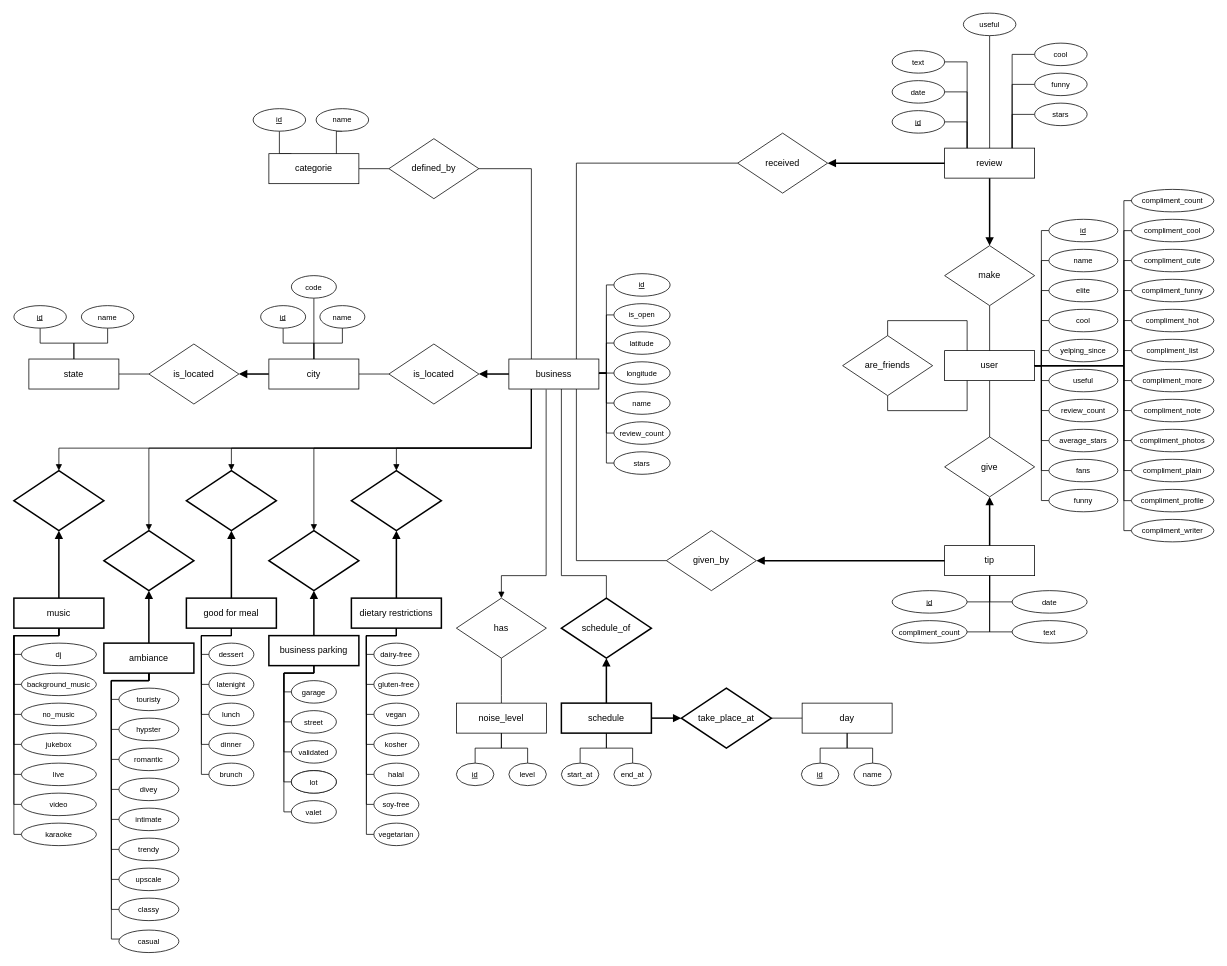
The draw.io diagram schema.drawio in Ph0tonic/Intro2DataBase, before the edit. Source tidied: cells renumbered, new cells numbered last; positions are measured from the earlier drawing's top-left corner, leaving out a move shared by most shapes. Both pictures are drawn from the tidied source at 75%, with x=0, y=0 at pixel (14, 13).
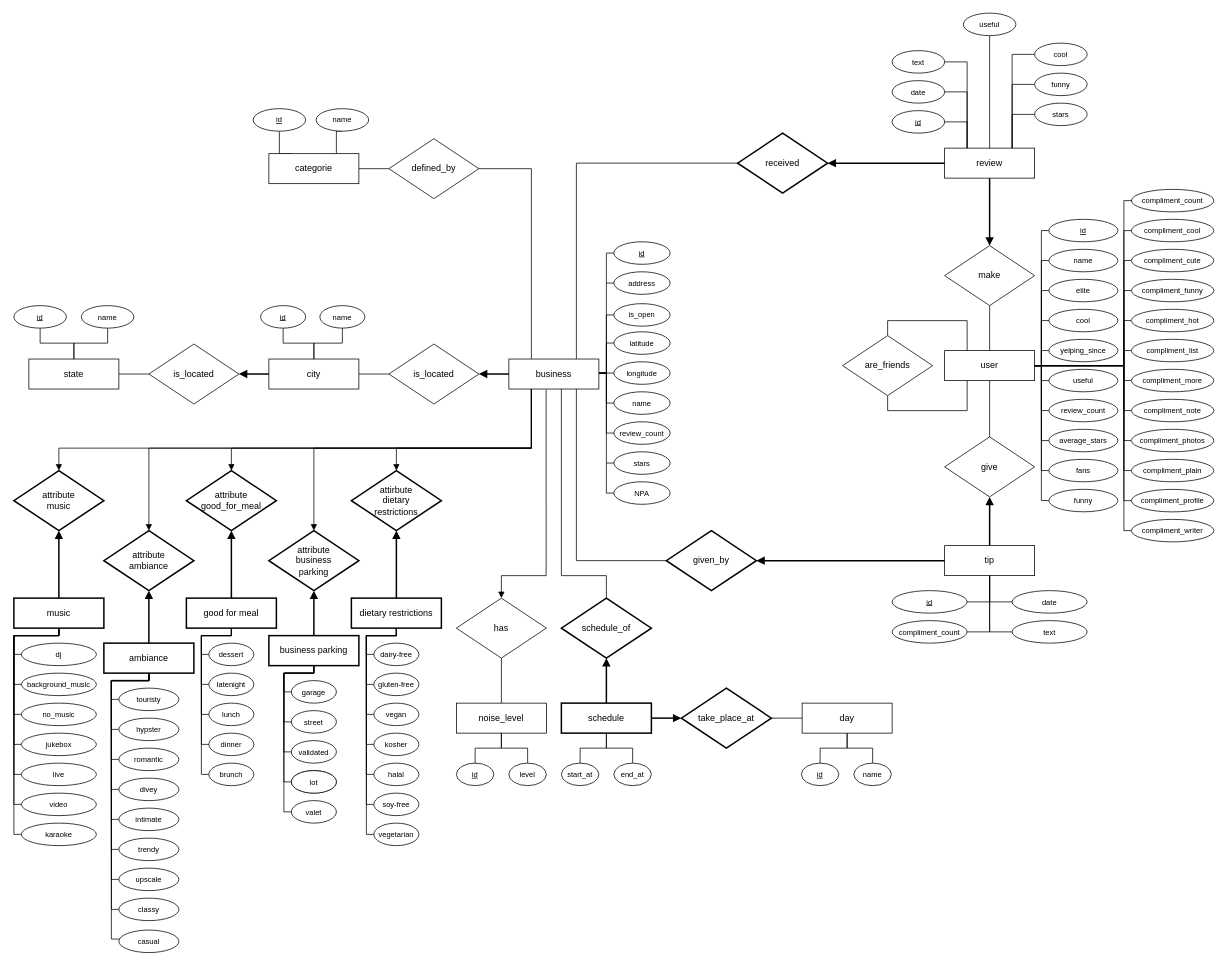
The same diagram, later.

The change refers to these unchanged cells:
```xml
<mxCell id="27" value="user" style="rounded=0;whiteSpace=wrap;html=1;" parent="1" vertex="1">
  <mxGeometry x="1241" y="450" width="120" height="40" as="geometry" />
</mxCell>
<mxCell id="40" value="business" style="rounded=0;whiteSpace=wrap;html=1;" parent="1" vertex="1">
  <mxGeometry x="660" y="461.2" width="120" height="40" as="geometry" />
</mxCell>
<mxCell id="42" value="city" style="rounded=0;whiteSpace=wrap;html=1;" parent="1" vertex="1">
  <mxGeometry x="340" y="461.2" width="120" height="40" as="geometry" />
</mxCell>
<mxCell id="94" value="compliment_note" style="ellipse;whiteSpace=wrap;html=1;fontSize=10;" parent="1" vertex="1">
  <mxGeometry x="1490" y="514.9" width="110" height="30" as="geometry" />
</mxCell>
<mxCell id="220" value="stars" style="ellipse;whiteSpace=wrap;html=1;fontStyle=0;fontSize=10;" parent="1" vertex="1">
  <mxGeometry x="800" y="584.9" width="75" height="30" as="geometry" />
</mxCell>
```

Diff of the diagram source:
```diff
@@
-    <mxCell id="26" style="edgeStyle=orthogonalEdgeStyle;rounded=0;jettySize=auto;html=1;exitX=1;exitY=0.5;exitDx=0;exitDy=0;entryX=0;entryY=0.5;entryDx=0;entryDy=0;endArrow=none;endFill=0;" parent="1" edge="1" source="27" target="94">
+    <mxCell id="26" style="edgeStyle=orthogonalEdgeStyle;rounded=0;jettySize=auto;html=1;exitX=1;exitY=0.5;exitDx=0;exitDy=0;entryX=0;entryY=0.5;entryDx=0;entryDy=0;endArrow=none;endFill=0;strokeWidth=1;" parent="1" edge="1" source="27" target="94">
       <mxGeometry relative="1" as="geometry">
         <Array as="points">
           <mxPoint x="1480" y="470" />
           <mxPoint x="1480" y="530" />
         </Array>
       </mxGeometry>
     </mxCell>
@@
     <mxCell id="32" style="edgeStyle=orthogonalEdgeStyle;rounded=0;jettySize=auto;html=1;exitX=1;exitY=0.5;exitDx=0;exitDy=0;entryX=0;entryY=0.5;entryDx=0;entryDy=0;startArrow=none;startFill=0;endArrow=none;endFill=0;strokeWidth=1;" parent="1" edge="1" source="40" target="204">
       <mxGeometry relative="1" as="geometry">
         <Array as="points">
           <mxPoint x="780" y="480" />
           <mxPoint x="790" y="480" />
-          <mxPoint x="790" y="362" />
-          <mxPoint x="800" y="362" />
+          <mxPoint x="790" y="320" />
         </Array>
       </mxGeometry>
     </mxCell>
@@
     <mxCell id="39" style="edgeStyle=orthogonalEdgeStyle;rounded=0;jettySize=auto;html=1;entryX=0;entryY=0.5;entryDx=0;entryDy=0;startArrow=none;startFill=0;endArrow=none;endFill=0;strokeWidth=1;" parent="1" edge="1" target="220">
       <mxGeometry relative="1" as="geometry">
         <mxPoint x="780" y="480" as="sourcePoint" />
         <Array as="points">
           <mxPoint x="790" y="480" />
           <mxPoint x="790" y="600" />
-          <mxPoint x="800" y="600" />
         </Array>
       </mxGeometry>
     </mxCell>
@@
-    <mxCell id="60" value="received" style="rhombus;whiteSpace=wrap;html=1;" parent="1" vertex="1">
+    <mxCell id="60" value="received" style="rhombus;whiteSpace=wrap;html=1;strokeWidth=2;" parent="1" vertex="1">
       <mxGeometry x="965" y="160" width="120" height="80" as="geometry" />
     </mxCell>
@@
-    <mxCell id="62" value="given_by" style="rhombus;whiteSpace=wrap;html=1;" parent="1" vertex="1">
+    <mxCell id="62" value="given_by" style="rhombus;whiteSpace=wrap;html=1;strokeWidth=2;" parent="1" vertex="1">
       <mxGeometry x="870" y="690" width="120" height="80" as="geometry" />
     </mxCell>
@@
-    <mxCell id="110" style="edgeStyle=orthogonalEdgeStyle;rounded=0;jettySize=auto;html=1;exitX=0.5;exitY=1;exitDx=0;exitDy=0;endArrow=none;endFill=0;" parent="1" edge="1" source="111" target="42">
-      <mxGeometry relative="1" as="geometry" />
-    </mxCell>
-    <mxCell id="111" value="code" style="ellipse;whiteSpace=wrap;html=1;fontStyle=0;fontSize=10;" parent="1" vertex="1">
-      <mxGeometry x="370" y="350" width="60" height="30" as="geometry" />
-    </mxCell>
@@
-    <mxCell id="193" style="rhombus;whiteSpace=wrap;html=1;strokeWidth=2;gradientColor=none;" parent="1" vertex="1">
+    <mxCell id="193" value="&lt;div&gt;attribute&lt;/div&gt;&lt;div&gt;music&lt;br&gt;&lt;/div&gt;" style="rhombus;whiteSpace=wrap;html=1;strokeWidth=2;gradientColor=none;" parent="1" vertex="1">
       <mxGeometry y="610" width="120" height="80" as="geometry" />
     </mxCell>
-    <mxCell id="194" style="rhombus;whiteSpace=wrap;html=1;strokeWidth=2;gradientColor=none;" parent="1" vertex="1">
+    <mxCell id="194" value="&lt;div&gt;attribute&lt;/div&gt;&lt;div&gt;ambiance&lt;br&gt;&lt;/div&gt;" style="rhombus;whiteSpace=wrap;html=1;strokeWidth=2;gradientColor=none;" parent="1" vertex="1">
       <mxGeometry x="120" y="690" width="120" height="80" as="geometry" />
     </mxCell>
@@
-    <mxCell id="196" style="rhombus;whiteSpace=wrap;html=1;strokeWidth=2;gradientColor=none;" parent="1" vertex="1">
+    <mxCell id="196" value="&lt;div&gt;attribute&lt;/div&gt;&lt;div&gt;good_for_meal&lt;br&gt;&lt;/div&gt;" style="rhombus;whiteSpace=wrap;html=1;strokeWidth=2;gradientColor=none;" parent="1" vertex="1">
       <mxGeometry x="230" y="610" width="120" height="80" as="geometry" />
     </mxCell>
@@
-    <mxCell id="198" style="rhombus;whiteSpace=wrap;html=1;strokeWidth=2;gradientColor=none;" parent="1" vertex="1">
+    <mxCell id="198" value="&lt;div&gt;attribute&lt;/div&gt;&lt;div&gt;business&lt;/div&gt;&lt;div&gt;parking&lt;br&gt;&lt;/div&gt;" style="rhombus;whiteSpace=wrap;html=1;strokeWidth=2;gradientColor=none;" parent="1" vertex="1">
       <mxGeometry x="340" y="690" width="120" height="80" as="geometry" />
     </mxCell>
@@
-    <mxCell id="200" style="rhombus;whiteSpace=wrap;html=1;strokeWidth=2;gradientColor=none;" parent="1" vertex="1">
+    <mxCell id="200" value="&lt;div&gt;attirbute&lt;/div&gt;&lt;div&gt;dietary&lt;/div&gt;&lt;div&gt;restrictions&lt;/div&gt;" style="rhombus;whiteSpace=wrap;html=1;strokeWidth=2;gradientColor=none;" parent="1" vertex="1">
       <mxGeometry x="450" y="610" width="120" height="80" as="geometry" />
     </mxCell>
@@
     <mxCell id="204" value="id" style="ellipse;whiteSpace=wrap;html=1;fontStyle=4;fontSize=10;" parent="1" vertex="1">
-      <mxGeometry x="800" y="347.4" width="75" height="30" as="geometry" />
+      <mxGeometry x="800" y="304.9" width="75" height="30" as="geometry" />
     </mxCell>
@@
+    <mxCell id="238" value="&lt;div&gt;NPA&lt;/div&gt;" style="ellipse;whiteSpace=wrap;html=1;fontStyle=0;fontSize=10;" parent="1" vertex="1">
+      <mxGeometry x="800" y="624.9" width="75" height="30" as="geometry" />
+    </mxCell>
+    <mxCell id="239" style="endArrow=none;html=1;entryX=0;entryY=0.5;entryDx=0;entryDy=0;rounded=0;" parent="1" edge="1" target="238">
+      <mxGeometry relative="1" as="geometry">
+        <mxPoint x="790" y="600" as="sourcePoint" />
+        <Array as="points">
+          <mxPoint x="790" y="640" />
+        </Array>
+      </mxGeometry>
+    </mxCell>
+    <mxCell id="240" value="address" style="ellipse;whiteSpace=wrap;html=1;fontStyle=0;fontSize=10;" parent="1" vertex="1">
+      <mxGeometry x="800" y="344.9" width="75" height="30" as="geometry" />
+    </mxCell>
+    <mxCell id="241" style="endArrow=none;html=1;entryX=0;entryY=0.5;entryDx=0;entryDy=0;" parent="1" edge="1" target="240">
+      <mxGeometry relative="1" as="geometry">
+        <mxPoint x="790" y="360" as="sourcePoint" />
+      </mxGeometry>
+    </mxCell>
```
